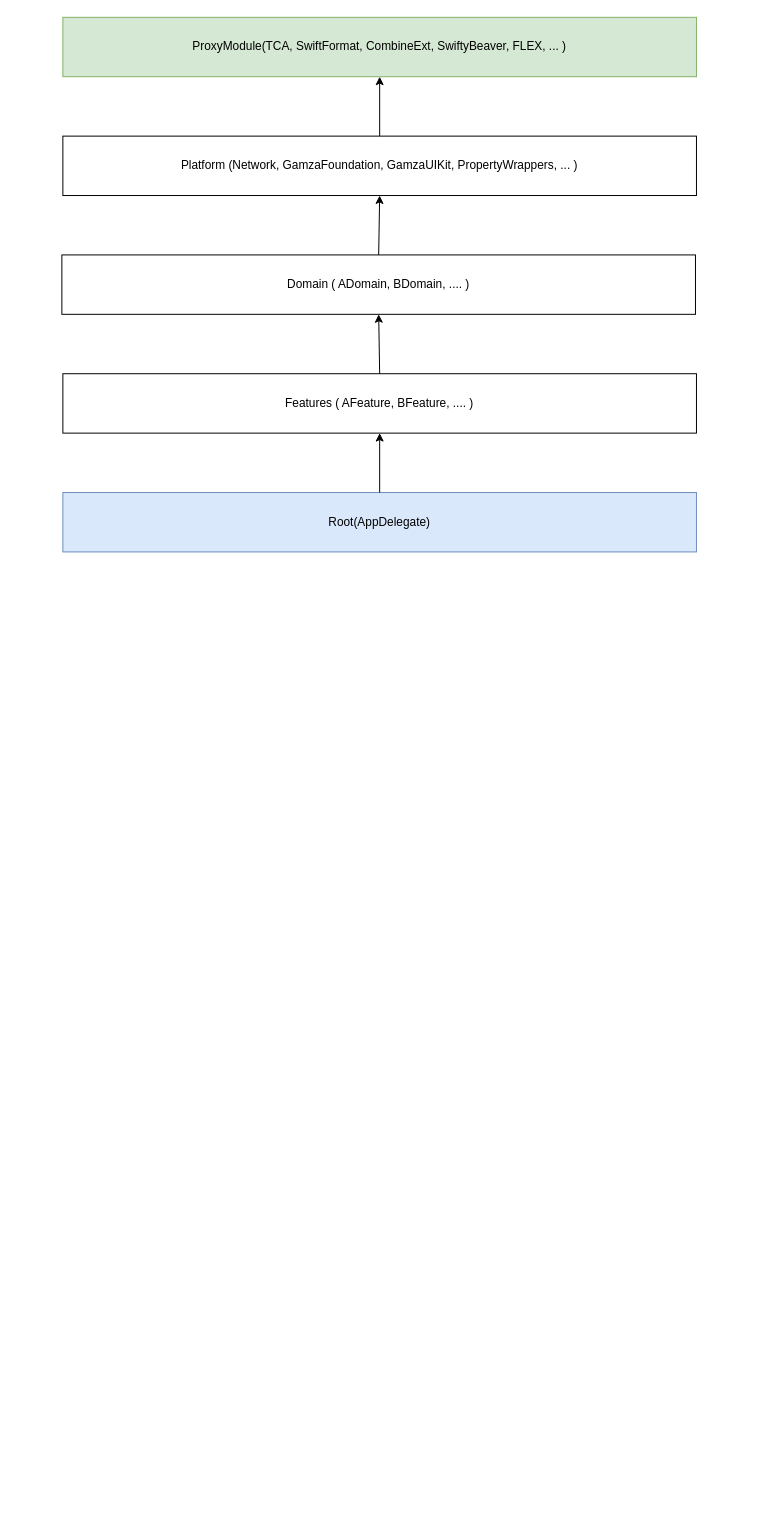
Above: diagram.drawio in good-potatos/Gamzabada-iOS (draw.io), before the change. Source tidied: cells renumbered, new cells numbered last; positions are measured from the earlier drawing's top-left corner, leaving out a move shared by most shapes. Both pictures are drawn from the tidied source at 99%, with x=0, y=0 at pixel (61, 17).
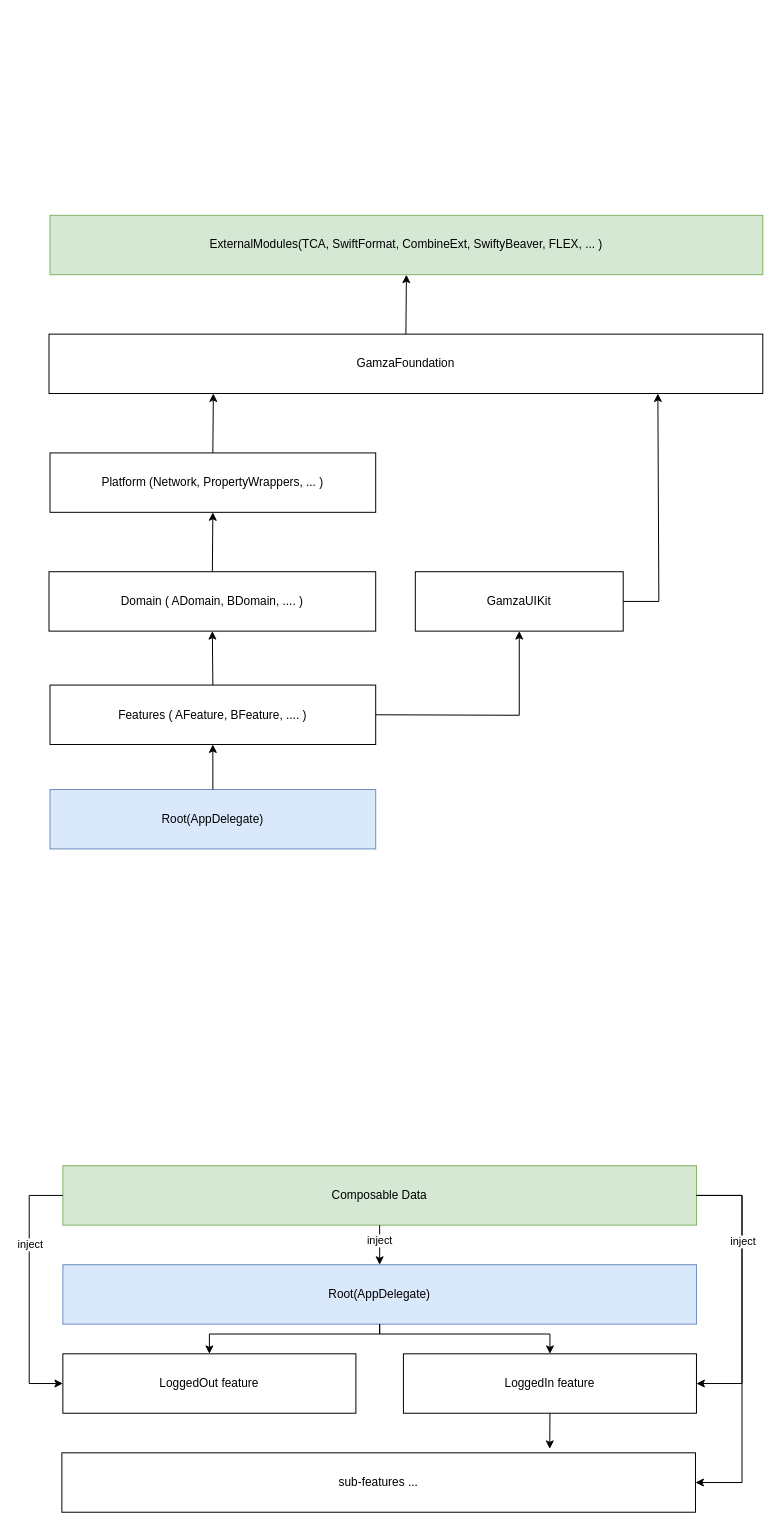
Above is the later version.

Change to the diagram source:
```diff
@@
-    <mxCell id="2" value="ProxyModule(TCA, SwiftFormat, CombineExt, SwiftyBeaver, FLEX, ... )" style="rounded=0;whiteSpace=wrap;html=1;fillColor=#d5e8d4;strokeColor=#82b366;" parent="1" vertex="1">
-      <mxGeometry x="1" width="640" height="60" as="geometry" />
-    </mxCell>
@@
-    <mxCell id="4" value="Platform (Network, GamzaFoundation, GamzaUIKit, PropertyWrappers, ... )" style="rounded=0;whiteSpace=wrap;html=1;" parent="1" vertex="1">
-      <mxGeometry x="1" y="120" width="640" height="60" as="geometry" />
+    <mxCell id="4" value="Platform (Network, PropertyWrappers, ... )" style="rounded=0;whiteSpace=wrap;html=1;" parent="1" vertex="1">
+      <mxGeometry x="-12" y="440" width="329" height="60" as="geometry" />
     </mxCell>
-    <mxCell id="5" style="endArrow=classic;html=1;rounded=0;exitX=0.5;exitY=0;exitDx=0;exitDy=0;entryX=0.5;entryY=1;entryDx=0;entryDy=0;" parent="1" edge="1" source="4" target="2">
-      <mxGeometry relative="1" as="geometry" />
+    <mxCell id="5" style="endArrow=classic;html=1;rounded=0;exitX=0.5;exitY=0;exitDx=0;exitDy=0;entryX=0.5;entryY=1;entryDx=0;entryDy=0;" parent="1" edge="1" source="4">
+      <mxGeometry relative="1" as="geometry">
+        <mxPoint x="153" y="380" as="targetPoint" />
+      </mxGeometry>
     </mxCell>
     <mxCell id="6" value="Domain ( ADomain, BDomain, .... )" style="rounded=0;whiteSpace=wrap;html=1;" parent="1" vertex="1">
-      <mxGeometry y="240" width="640" height="60" as="geometry" />
+      <mxGeometry x="-13" y="560" width="330" height="60" as="geometry" />
     </mxCell>
     <mxCell id="7" value="Features ( AFeature, BFeature, .... )" style="rounded=0;whiteSpace=wrap;html=1;" parent="1" vertex="1">
-      <mxGeometry x="1" y="360" width="640" height="60" as="geometry" />
+      <mxGeometry x="-12" y="674.5" width="329" height="60" as="geometry" />
     </mxCell>
     <mxCell id="8" value="Root(AppDelegate)" style="rounded=0;whiteSpace=wrap;html=1;fillColor=#dae8fc;strokeColor=#6c8ebf;" parent="1" vertex="1">
-      <mxGeometry x="1" y="480" width="640" height="60" as="geometry" />
+      <mxGeometry x="-12" y="780" width="329" height="60" as="geometry" />
     </mxCell>
@@
+    <mxCell id="11" value="Composable Data" style="rounded=0;whiteSpace=wrap;html=1;fillColor=#d5e8d4;strokeColor=#82b366;" parent="1" vertex="1">
+      <mxGeometry x="1" y="1160" width="640" height="60" as="geometry" />
+    </mxCell>
+    <mxCell id="12" value="Root(AppDelegate)" style="rounded=0;whiteSpace=wrap;html=1;fillColor=#dae8fc;strokeColor=#6c8ebf;" parent="1" vertex="1">
+      <mxGeometry x="1" y="1260" width="640" height="60" as="geometry" />
+    </mxCell>
+    <mxCell id="13" value="LoggedOut feature" style="rounded=0;whiteSpace=wrap;html=1;" parent="1" vertex="1">
+      <mxGeometry x="1" y="1350" width="296" height="60" as="geometry" />
+    </mxCell>
+    <mxCell id="14" value="LoggedIn feature" style="rounded=0;whiteSpace=wrap;html=1;" parent="1" vertex="1">
+      <mxGeometry x="345" y="1350" width="296" height="60" as="geometry" />
+    </mxCell>
+    <mxCell id="15" value="sub-features ..." style="rounded=0;whiteSpace=wrap;html=1;" parent="1" vertex="1">
+      <mxGeometry y="1450" width="640" height="60" as="geometry" />
+    </mxCell>
+    <mxCell id="16" style="endArrow=classic;html=1;rounded=0;exitX=0.5;exitY=1;exitDx=0;exitDy=0;entryX=0.5;entryY=0;entryDx=0;entryDy=0;" parent="1" edge="1" source="11" target="12">
+      <mxGeometry relative="1" as="geometry" />
+    </mxCell>
+    <mxCell id="17" value="inject" style="edgeLabel;html=1;align=center;verticalAlign=middle;" parent="16" vertex="1">
+      <mxGeometry x="-0.25" y="1" relative="1" as="geometry">
+        <mxPoint x="-2" as="offset" />
+      </mxGeometry>
+    </mxCell>
+    <mxCell id="18" style="endArrow=classic;html=1;rounded=0;exitX=0.5;exitY=1;exitDx=0;exitDy=0;entryX=0.5;entryY=0;entryDx=0;entryDy=0;" parent="1" edge="1" source="12" target="13">
+      <mxGeometry relative="1" as="geometry">
+        <Array as="points">
+          <mxPoint x="321" y="1330" />
+          <mxPoint x="149" y="1330" />
+        </Array>
+      </mxGeometry>
+    </mxCell>
+    <mxCell id="19" style="endArrow=classic;html=1;rounded=0;exitX=0.5;exitY=1;exitDx=0;exitDy=0;entryX=0.5;entryY=0;entryDx=0;entryDy=0;" parent="1" edge="1" source="12" target="14">
+      <mxGeometry relative="1" as="geometry">
+        <Array as="points">
+          <mxPoint x="321" y="1330" />
+          <mxPoint x="493" y="1330" />
+        </Array>
+      </mxGeometry>
+    </mxCell>
+    <mxCell id="20" style="endArrow=classic;html=1;rounded=0;exitX=0.5;exitY=1;exitDx=0;exitDy=0;entryX=0.77;entryY=-0.067;entryDx=0;entryDy=0;entryPerimeter=0;" parent="1" edge="1" source="14" target="15">
+      <mxGeometry relative="1" as="geometry" />
+    </mxCell>
+    <mxCell id="21" style="endArrow=classic;html=1;rounded=0;exitX=1;exitY=0.5;exitDx=0;exitDy=0;entryX=1;entryY=0.5;entryDx=0;entryDy=0;" parent="1" edge="1" source="11" target="14">
+      <mxGeometry relative="1" as="geometry">
+        <Array as="points">
+          <mxPoint x="687" y="1190" />
+          <mxPoint x="687" y="1380" />
+        </Array>
+      </mxGeometry>
+    </mxCell>
+    <mxCell id="22" style="endArrow=classic;html=1;rounded=0;exitX=0;exitY=0.5;exitDx=0;exitDy=0;entryX=0;entryY=0.5;entryDx=0;entryDy=0;" parent="1" edge="1" source="11" target="13">
+      <mxGeometry relative="1" as="geometry">
+        <Array as="points">
+          <mxPoint x="-33" y="1190" />
+          <mxPoint x="-33" y="1380" />
+        </Array>
+      </mxGeometry>
+    </mxCell>
+    <mxCell id="23" value="inject" style="edgeLabel;html=1;align=center;verticalAlign=middle;" parent="22" vertex="1">
+      <mxGeometry x="-0.36" relative="1" as="geometry" />
+    </mxCell>
+    <mxCell id="24" style="endArrow=classic;html=1;rounded=0;exitX=1;exitY=0.5;exitDx=0;exitDy=0;entryX=1;entryY=0.5;entryDx=0;entryDy=0;" parent="1" edge="1" source="11" target="15">
+      <mxGeometry relative="1" as="geometry">
+        <Array as="points">
+          <mxPoint x="687" y="1190" />
+          <mxPoint x="687" y="1480" />
+        </Array>
+      </mxGeometry>
+    </mxCell>
+    <mxCell id="25" value="inject" style="edgeLabel;html=1;align=center;verticalAlign=middle;" parent="24" vertex="1">
+      <mxGeometry x="-0.52" y="1" relative="1" as="geometry">
+        <mxPoint x="-1" as="offset" />
+      </mxGeometry>
+    </mxCell>
+    <mxCell id="26" value="GamzaUIKit" style="rounded=0;whiteSpace=wrap;html=1;" parent="1" vertex="1">
+      <mxGeometry x="357" y="560" width="210" height="60" as="geometry" />
+    </mxCell>
+    <mxCell id="27" style="endArrow=classic;html=1;rounded=0;exitX=1;exitY=0.5;exitDx=0;exitDy=0;entryX=0.5;entryY=1;entryDx=0;entryDy=0;" parent="1" edge="1" source="7" target="26">
+      <mxGeometry relative="1" as="geometry">
+        <Array as="points">
+          <mxPoint x="462" y="705" />
+        </Array>
+      </mxGeometry>
+    </mxCell>
+    <mxCell id="28" value="ExternalModules(TCA, SwiftFormat, CombineExt, SwiftyBeaver, FLEX, ... )" style="rounded=0;whiteSpace=wrap;html=1;fillColor=#d5e8d4;strokeColor=#82b366;" parent="1" vertex="1">
+      <mxGeometry x="-12" y="200" width="720" height="60" as="geometry" />
+    </mxCell>
+    <mxCell id="29" value="GamzaFoundation" style="rounded=0;whiteSpace=wrap;html=1;" parent="1" vertex="1">
+      <mxGeometry x="-13" y="320" width="721" height="60" as="geometry" />
+    </mxCell>
+    <mxCell id="30" style="endArrow=classic;html=1;rounded=0;strokeColor=#000000;exitX=1;exitY=0.5;exitDx=0;exitDy=0;entryX=0.853;entryY=1;entryDx=0;entryDy=0;entryPerimeter=0;" parent="1" edge="1" source="26" target="29">
+      <mxGeometry relative="1" as="geometry">
+        <Array as="points">
+          <mxPoint x="603" y="590" />
+        </Array>
+      </mxGeometry>
+    </mxCell>
+    <mxCell id="31" style="endArrow=classic;html=1;rounded=0;strokeColor=#000000;exitX=0.5;exitY=0;exitDx=0;exitDy=0;entryX=0.5;entryY=1;entryDx=0;entryDy=0;" parent="1" edge="1" source="29" target="28">
+      <mxGeometry relative="1" as="geometry" />
+    </mxCell>
```
